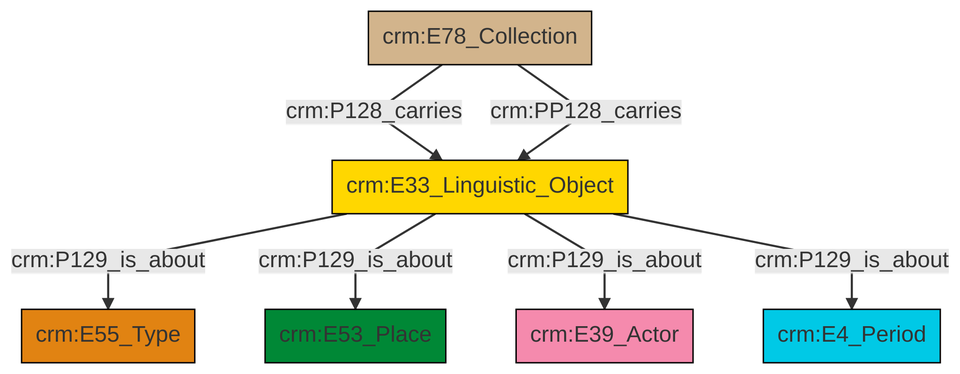
Above: et/archivalCSV/ttl/mmd/png/archival_aboutness.png in swiss-art-research-net/docs.swissartresearch (Mermaid), before the change. Its source is kept beside it as et/archivalCSV/ttl/mmd/archival_aboutness.ttl.mmd.
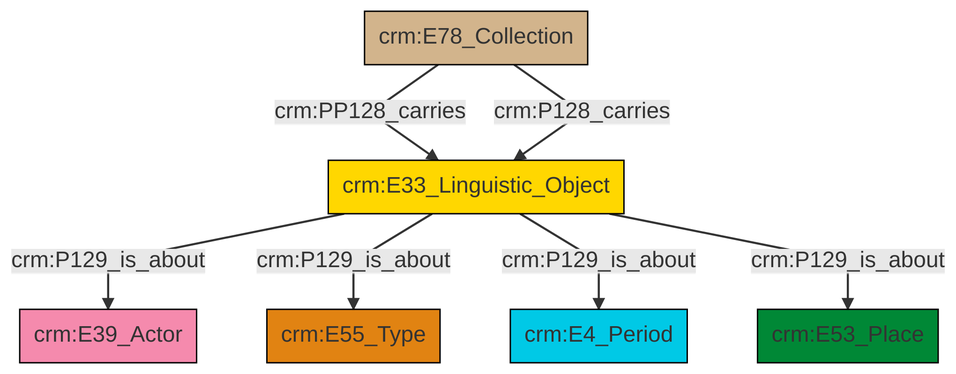
Above is the later version.

The edit, as a diff of the source:
```diff
@@ -13,9 +13,9 @@
 classDef PC_Classes fill:#4ce600, stroke:#000000;
 classDef Multi fill:#cccccc,stroke:#000000;
 
-0["crm:E33_Linguistic_Object"]:::Conceptual_Object -->|crm:P129_is_about| 1["crm:E55_Type"]:::Type
-2["crm:E78_Collection"]:::Physical_Thing -->|crm:P128_carries| 0["crm:E33_Linguistic_Object"]:::Conceptual_Object
-0["crm:E33_Linguistic_Object"]:::Conceptual_Object -->|crm:P129_is_about| 5["crm:E53_Place"]:::Place
-0["crm:E33_Linguistic_Object"]:::Conceptual_Object -->|crm:P129_is_about| 6["crm:E39_Actor"]:::Actor
-0["crm:E33_Linguistic_Object"]:::Conceptual_Object -->|crm:P129_is_about| 3["crm:E4_Period"]:::Temporal_Entity
-2["crm:E78_Collection"]:::Physical_Thing -->|crm:PP128_carries| 0["crm:E33_Linguistic_Object"]:::Conceptual_Object
+0["crm:E33_Linguistic_Object"]:::Conceptual_Object -->|crm:P129_is_about| 1["crm:E39_Actor"]:::Actor
+0["crm:E33_Linguistic_Object"]:::Conceptual_Object -->|crm:P129_is_about| 2["crm:E55_Type"]:::Type
+0["crm:E33_Linguistic_Object"]:::Conceptual_Object -->|crm:P129_is_about| 5["crm:E4_Period"]:::Temporal_Entity
+3["crm:E78_Collection"]:::Physical_Thing -->|crm:PP128_carries| 0["crm:E33_Linguistic_Object"]:::Conceptual_Object
+0["crm:E33_Linguistic_Object"]:::Conceptual_Object -->|crm:P129_is_about| 7["crm:E53_Place"]:::Place
+3["crm:E78_Collection"]:::Physical_Thing -->|crm:P128_carries| 0["crm:E33_Linguistic_Object"]:::Conceptual_Object
```
